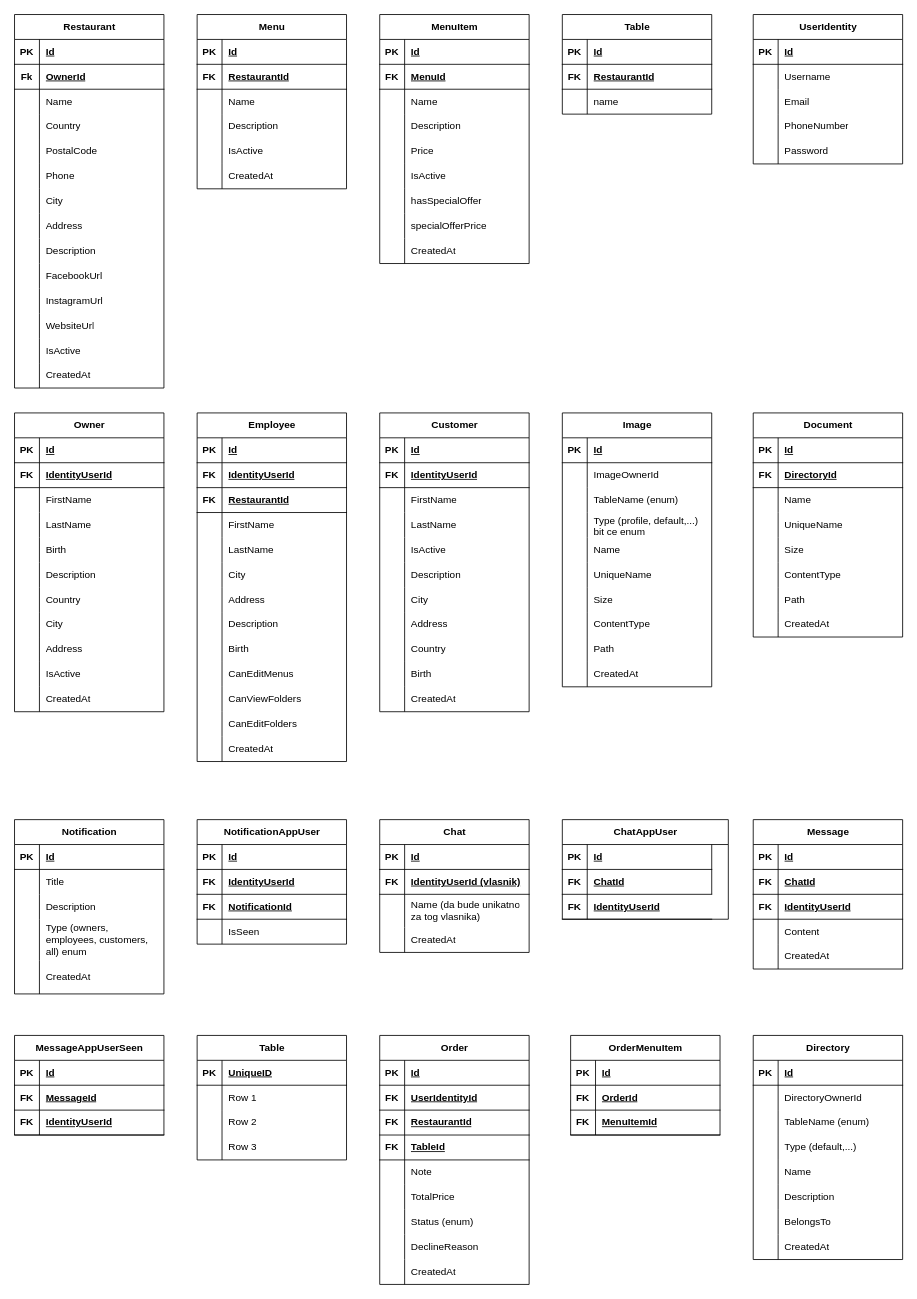
Earlier version of the draw.io diagram documentation/database.drawio (zuna21/NoshNexus). Source tidied: cells renumbered, new cells numbered last; positions are measured from the earlier drawing's top-left corner, leaving out a move shared by most shapes. Both pictures are drawn from the tidied source at 83%, with x=0, y=0 at pixel (14, 14).
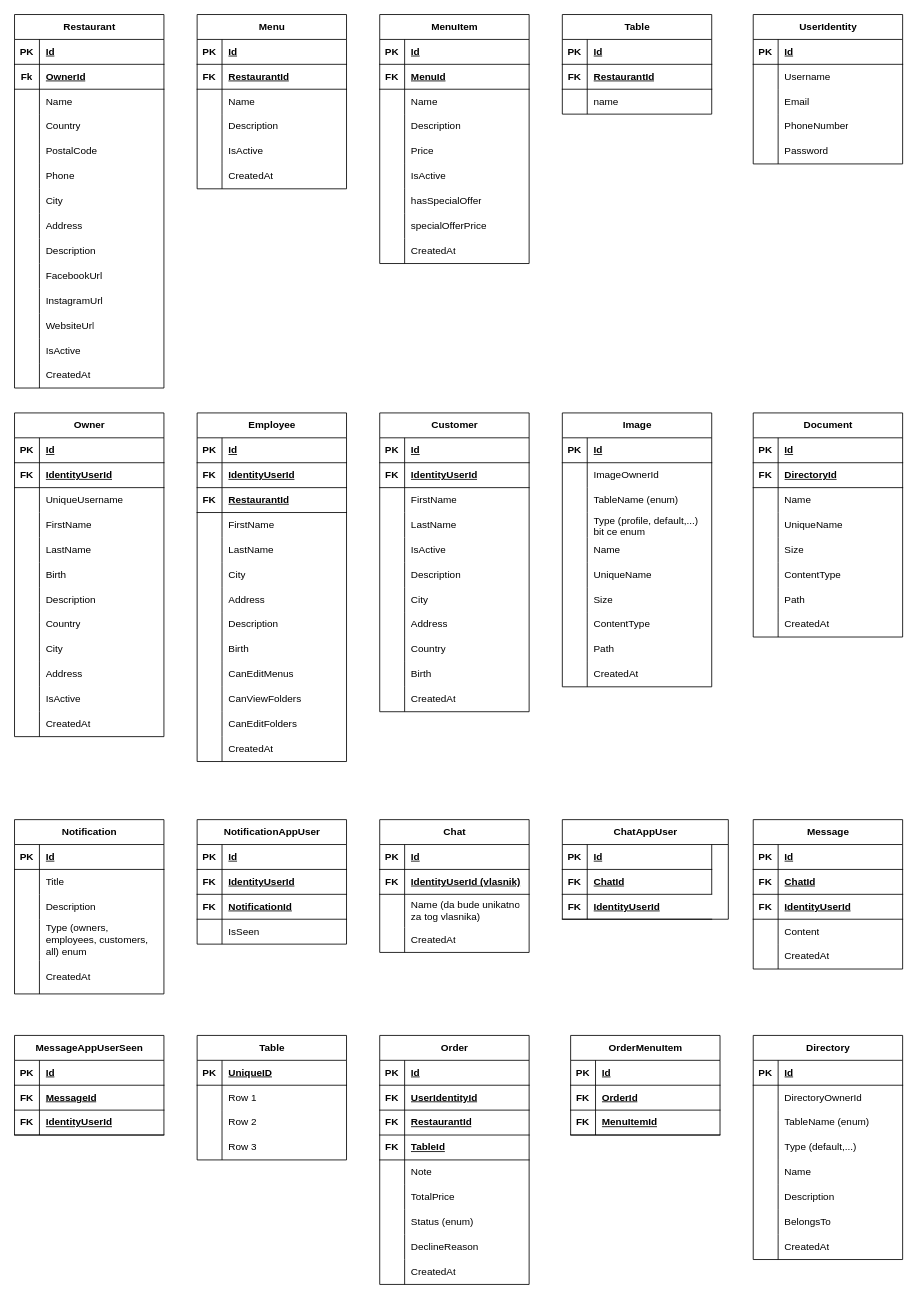
The same diagram, later.

Diff of the diagram source:
```diff
@@
     <mxCell id="118" value="Owner" style="shape=table;startSize=30;childLayout=tableLayout;rowLines=0;fontStyle=1;align=center;html=1;" parent="1" vertex="1">
-      <mxGeometry y="480" width="180" height="360" as="geometry" />
+      <mxGeometry y="480" width="180" height="390" as="geometry" />
     </mxCell>
@@
+    <mxCell id="439" style="shape=tableRow;horizontal=0;startSize=0;swimlaneHead=0;swimlaneBody=0;fillColor=none;top=0;left=0;right=0;bottom=0;" parent="118" vertex="1">
+      <mxGeometry y="90" width="180" height="30" as="geometry" />
+    </mxCell>
+    <mxCell id="440" style="shape=partialRectangle;fillColor=none;top=0;left=0;bottom=0;right=0;overflow=hidden;whiteSpace=wrap;html=1;" parent="439" vertex="1">
+      <mxGeometry width="30" height="30" as="geometry" />
+    </mxCell>
+    <mxCell id="441" value="UniqueUsername" style="shape=partialRectangle;fillColor=none;top=0;left=0;bottom=0;right=0;align=left;spacingLeft=6;overflow=hidden;whiteSpace=wrap;html=1;" parent="439" vertex="1">
+      <mxGeometry x="30" width="150" height="30" as="geometry" />
+    </mxCell>
     <mxCell id="125" style="shape=tableRow;horizontal=0;startSize=0;swimlaneHead=0;swimlaneBody=0;fillColor=none;top=0;left=0;right=0;bottom=0;" parent="118" vertex="1">
-      <mxGeometry y="90" width="180" height="30" as="geometry" />
+      <mxGeometry y="120" width="180" height="30" as="geometry" />
     </mxCell>
@@
     <mxCell id="128" style="shape=tableRow;horizontal=0;startSize=0;swimlaneHead=0;swimlaneBody=0;fillColor=none;top=0;left=0;right=0;bottom=0;" parent="118" vertex="1">
-      <mxGeometry y="120" width="180" height="30" as="geometry" />
+      <mxGeometry y="150" width="180" height="30" as="geometry" />
     </mxCell>
@@
     <mxCell id="131" style="shape=tableRow;horizontal=0;startSize=0;swimlaneHead=0;swimlaneBody=0;fillColor=none;top=0;left=0;right=0;bottom=0;" parent="118" vertex="1">
-      <mxGeometry y="150" width="180" height="30" as="geometry" />
+      <mxGeometry y="180" width="180" height="30" as="geometry" />
     </mxCell>
@@
     <mxCell id="134" style="shape=tableRow;horizontal=0;startSize=0;swimlaneHead=0;swimlaneBody=0;fillColor=none;top=0;left=0;right=0;bottom=0;" parent="118" vertex="1">
-      <mxGeometry y="180" width="180" height="30" as="geometry" />
+      <mxGeometry y="210" width="180" height="30" as="geometry" />
     </mxCell>
@@
     <mxCell id="137" style="shape=tableRow;horizontal=0;startSize=0;swimlaneHead=0;swimlaneBody=0;fillColor=none;top=0;left=0;right=0;bottom=0;" parent="118" vertex="1">
-      <mxGeometry y="210" width="180" height="30" as="geometry" />
+      <mxGeometry y="240" width="180" height="30" as="geometry" />
     </mxCell>
@@
     <mxCell id="140" style="shape=tableRow;horizontal=0;startSize=0;swimlaneHead=0;swimlaneBody=0;fillColor=none;top=0;left=0;right=0;bottom=0;" parent="118" vertex="1">
-      <mxGeometry y="240" width="180" height="30" as="geometry" />
+      <mxGeometry y="270" width="180" height="30" as="geometry" />
     </mxCell>
@@
     <mxCell id="143" style="shape=tableRow;horizontal=0;startSize=0;swimlaneHead=0;swimlaneBody=0;fillColor=none;top=0;left=0;right=0;bottom=0;" parent="118" vertex="1">
-      <mxGeometry y="270" width="180" height="30" as="geometry" />
+      <mxGeometry y="300" width="180" height="30" as="geometry" />
     </mxCell>
@@
     <mxCell id="146" style="shape=tableRow;horizontal=0;startSize=0;swimlaneHead=0;swimlaneBody=0;fillColor=none;top=0;left=0;right=0;bottom=0;" parent="118" vertex="1">
-      <mxGeometry y="300" width="180" height="30" as="geometry" />
+      <mxGeometry y="330" width="180" height="30" as="geometry" />
     </mxCell>
@@
     <mxCell id="149" style="shape=tableRow;horizontal=0;startSize=0;swimlaneHead=0;swimlaneBody=0;fillColor=none;top=0;left=0;right=0;bottom=0;" parent="118" vertex="1">
-      <mxGeometry y="330" width="180" height="30" as="geometry" />
+      <mxGeometry y="360" width="180" height="30" as="geometry" />
     </mxCell>
```
